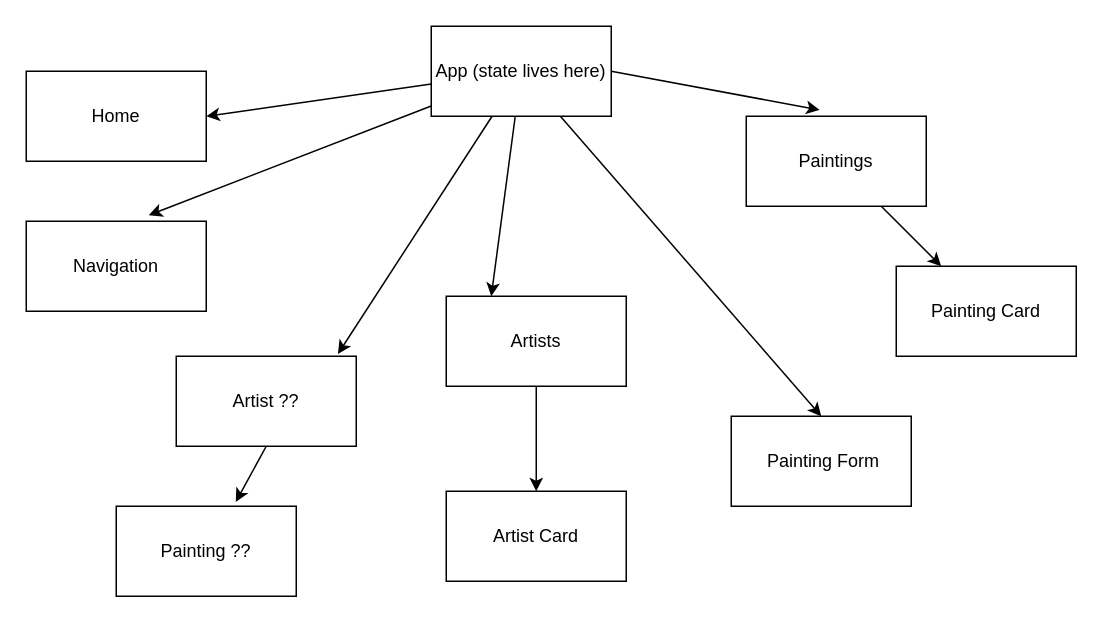
Earlier version of the draw.io diagram my-front-end/diagram.dio (caraerskine/phase-3-proj-cara-front-end-client-react). Source tidied: cells renumbered, new cells numbered last; positions are measured from the earlier drawing's top-left corner, leaving out a move shared by most shapes. Both pictures are drawn from the tidied source at 150%, with x=0, y=0 at pixel (26, 26).
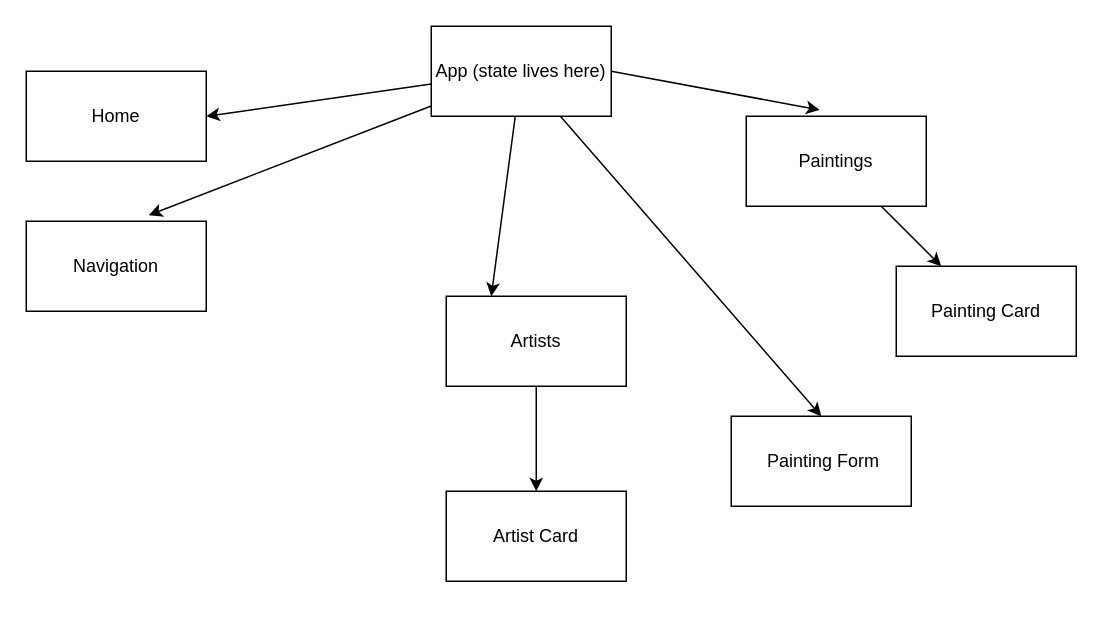
After the change.

The change refers to these unchanged cells:
```xml
<mxCell id="8" value="App (state lives here)" style="whiteSpace=wrap;html=1;" parent="1" vertex="1">
  <mxGeometry x="270" width="120" height="60" as="geometry" />
</mxCell>
```

The edit, as a diff of the source:
```diff
@@
-    <mxCell id="7" style="edgeStyle=none;html=1;entryX=0.898;entryY=-0.025;entryDx=0;entryDy=0;entryPerimeter=0;" parent="1" edge="1" source="8" target="19">
-      <mxGeometry relative="1" as="geometry" />
-    </mxCell>
@@
-    <mxCell id="18" style="edgeStyle=none;html=1;exitX=0.5;exitY=1;exitDx=0;exitDy=0;entryX=0.664;entryY=-0.048;entryDx=0;entryDy=0;entryPerimeter=0;" parent="1" edge="1" source="19" target="20">
-      <mxGeometry relative="1" as="geometry" />
-    </mxCell>
-    <mxCell id="19" value="Artist ??" style="whiteSpace=wrap;html=1;" parent="1" vertex="1">
-      <mxGeometry x="100" y="220" width="120" height="60" as="geometry" />
-    </mxCell>
-    <mxCell id="20" value="Painting ??" style="whiteSpace=wrap;html=1;" parent="1" vertex="1">
-      <mxGeometry x="60" y="320" width="120" height="60" as="geometry" />
-    </mxCell>
```
